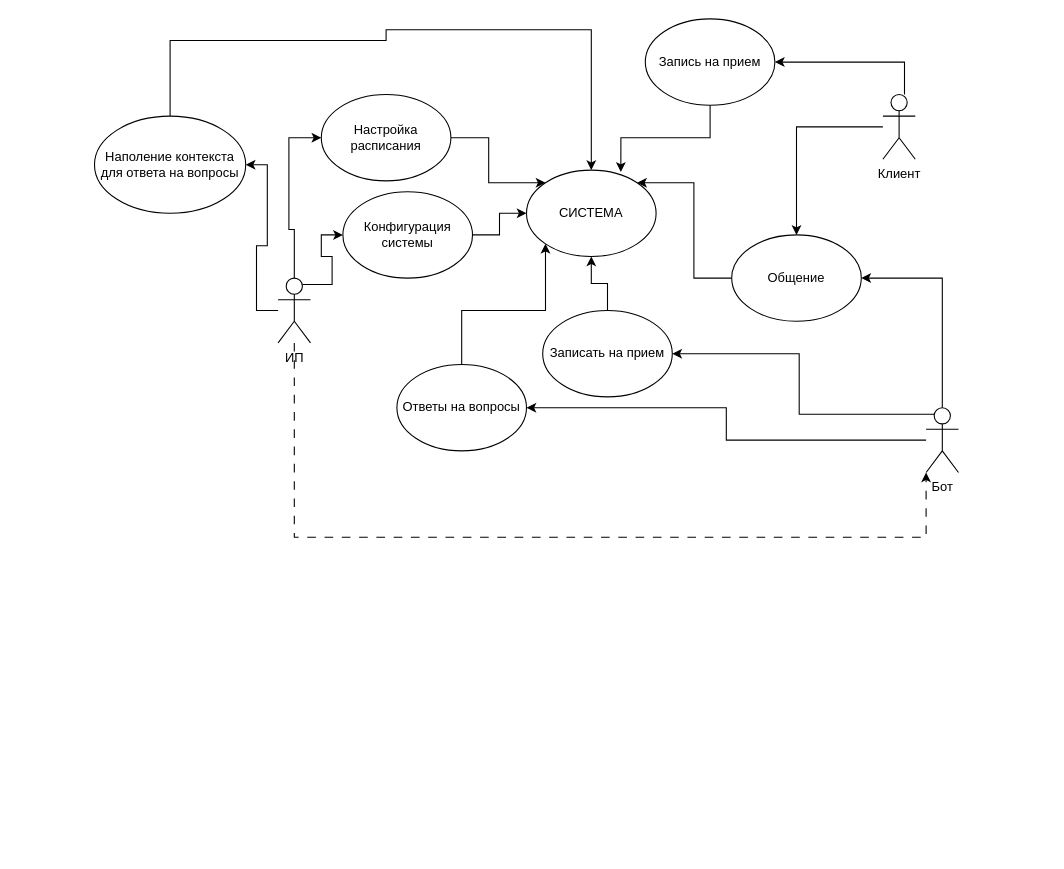
This is TG.drawio from dima3sh/repo, a draw.io file, before an edit. Source tidied: cells renumbered, new cells numbered last; positions are measured from the earlier drawing's top-left corner, leaving out a move shared by most shapes. Both pictures are drawn from the tidied source at 108%, with x=0, y=0 at pixel (94, 18).
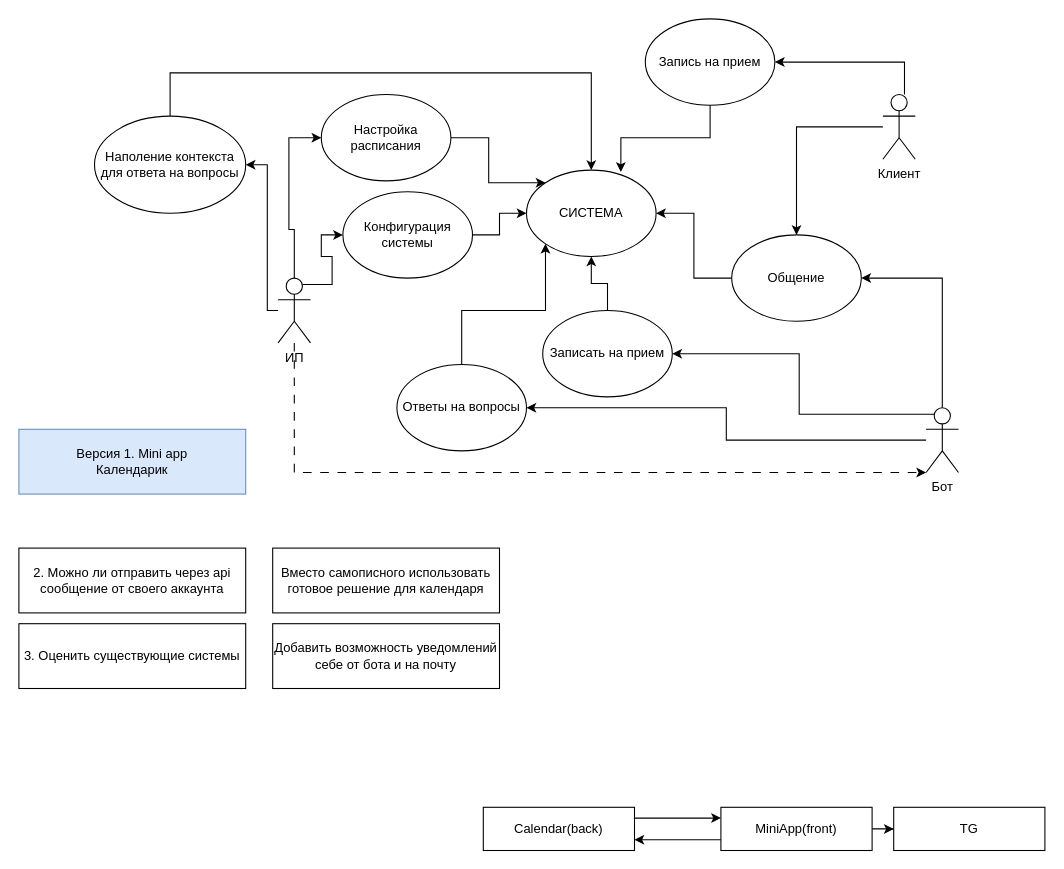
The same diagram, later.

Unchanged cells that the change refers to:
```xml
<mxCell id="5" value="СИСТЕМА" style="ellipse;whiteSpace=wrap;html=1;" parent="1" vertex="1">
  <mxGeometry x="400" y="140" width="120" height="80" as="geometry" />
</mxCell>
<mxCell id="12" value="Общение" style="ellipse;whiteSpace=wrap;html=1;" parent="1" vertex="1">
  <mxGeometry x="590" y="200" width="120" height="80" as="geometry" />
</mxCell>
<mxCell id="20" value="ИП" style="shape=umlActor;verticalLabelPosition=bottom;verticalAlign=top;html=1;outlineConnect=0;" parent="1" vertex="1">
  <mxGeometry x="170" y="240" width="30" height="60" as="geometry" />
</mxCell>
<mxCell id="27" value="Наполение контекста для ответа на вопросы" style="ellipse;whiteSpace=wrap;html=1;" parent="1" vertex="1">
  <mxGeometry y="90" width="140" height="90" as="geometry" />
</mxCell>
```

What changed in the source:
```diff
@@
-    <mxCell id="11" style="edgeStyle=orthogonalEdgeStyle;rounded=0;jettySize=auto;html=1;entryX=1;entryY=0;entryDx=0;entryDy=0;" parent="1" edge="1" source="12" target="5">
+    <mxCell id="11" style="edgeStyle=orthogonalEdgeStyle;rounded=0;jettySize=auto;html=1;entryX=1;entryY=0.5;entryDx=0;entryDy=0;" parent="1" edge="1" source="12" target="5">
       <mxGeometry relative="1" as="geometry" />
     </mxCell>
@@
     <mxCell id="19" style="edgeStyle=orthogonalEdgeStyle;rounded=0;jettySize=auto;html=1;entryX=1;entryY=0.5;entryDx=0;entryDy=0;" parent="1" edge="1" source="20" target="27">
-      <mxGeometry relative="1" as="geometry" />
+      <mxGeometry relative="1" as="geometry">
+        <Array as="points">
+          <mxPoint x="160" y="270" />
+          <mxPoint x="160" y="135" />
+        </Array>
+      </mxGeometry>
     </mxCell>
@@
     <mxCell id="21" style="edgeStyle=orthogonalEdgeStyle;rounded=0;jettySize=auto;html=1;dashed=1;dashPattern=8 8;" parent="1" edge="1" source="20">
       <mxGeometry relative="1" as="geometry">
         <mxPoint x="770" y="420" as="targetPoint" />
         <Array as="points">
-          <mxPoint x="185" y="480" />
-          <mxPoint x="770" y="480" />
+          <mxPoint x="185" y="420" />
         </Array>
       </mxGeometry>
     </mxCell>
@@
     <mxCell id="26" style="edgeStyle=orthogonalEdgeStyle;rounded=0;jettySize=auto;html=1;entryX=0.5;entryY=0;entryDx=0;entryDy=0;" parent="1" edge="1" source="27" target="5">
       <mxGeometry relative="1" as="geometry">
         <Array as="points">
-          <mxPoint x="70" y="20" />
-          <mxPoint x="270" y="20" />
-          <mxPoint x="270" y="10" />
-          <mxPoint x="460" y="10" />
+          <mxPoint x="70" y="50" />
+          <mxPoint x="460" y="50" />
         </Array>
       </mxGeometry>
     </mxCell>
@@
+    <mxCell id="29" value="2. Можно ли отправить через api сообщение от своего аккаунта" style="rounded=0;whiteSpace=wrap;html=1;" parent="1" vertex="1">
+      <mxGeometry x="-70" y="490" width="210" height="60" as="geometry" />
+    </mxCell>
+    <mxCell id="30" value="3. Оценить существующие системы" style="rounded=0;whiteSpace=wrap;html=1;" parent="1" vertex="1">
+      <mxGeometry x="-70" y="560" width="210" height="60" as="geometry" />
+    </mxCell>
+    <mxCell id="31" value="Вместо самописного использовать готовое решение для календаря" style="rounded=0;whiteSpace=wrap;html=1;" parent="1" vertex="1">
+      <mxGeometry x="165" y="490" width="210" height="60" as="geometry" />
+    </mxCell>
+    <mxCell id="32" value="Добавить возможность уведомлений себе от бота и на почту" style="rounded=0;whiteSpace=wrap;html=1;" parent="1" vertex="1">
+      <mxGeometry x="165" y="560" width="210" height="60" as="geometry" />
+    </mxCell>
+    <mxCell id="33" value="Версия 1. Mini app &lt;br&gt;Календарик" style="rounded=0;whiteSpace=wrap;html=1;fillColor=#dae8fc;strokeColor=#6c8ebf;" parent="1" vertex="1">
+      <mxGeometry x="-70" y="380" width="210" height="60" as="geometry" />
+    </mxCell>
+    <mxCell id="34" style="edgeStyle=orthogonalEdgeStyle;rounded=0;jettySize=auto;html=1;exitX=1;exitY=0.25;exitDx=0;exitDy=0;entryX=0;entryY=0.25;entryDx=0;entryDy=0;" parent="1" edge="1" source="35" target="38">
+      <mxGeometry relative="1" as="geometry" />
+    </mxCell>
+    <mxCell id="35" value="Calendar(back)" style="rounded=0;whiteSpace=wrap;html=1;" parent="1" vertex="1">
+      <mxGeometry x="360" y="730" width="140" height="40" as="geometry" />
+    </mxCell>
+    <mxCell id="36" style="edgeStyle=orthogonalEdgeStyle;rounded=0;jettySize=auto;html=1;exitX=0;exitY=0.75;exitDx=0;exitDy=0;entryX=1;entryY=0.75;entryDx=0;entryDy=0;" parent="1" edge="1" source="38" target="35">
+      <mxGeometry relative="1" as="geometry" />
+    </mxCell>
+    <mxCell id="37" style="edgeStyle=orthogonalEdgeStyle;rounded=0;jettySize=auto;html=1;entryX=0;entryY=0.5;entryDx=0;entryDy=0;" parent="1" edge="1" source="38" target="39">
+      <mxGeometry relative="1" as="geometry" />
+    </mxCell>
+    <mxCell id="38" value="MiniApp(front)" style="rounded=0;whiteSpace=wrap;html=1;" parent="1" vertex="1">
+      <mxGeometry x="580" y="730" width="140" height="40" as="geometry" />
+    </mxCell>
+    <mxCell id="39" value="TG" style="rounded=0;whiteSpace=wrap;html=1;" parent="1" vertex="1">
+      <mxGeometry x="740" y="730" width="140" height="40" as="geometry" />
+    </mxCell>
```
